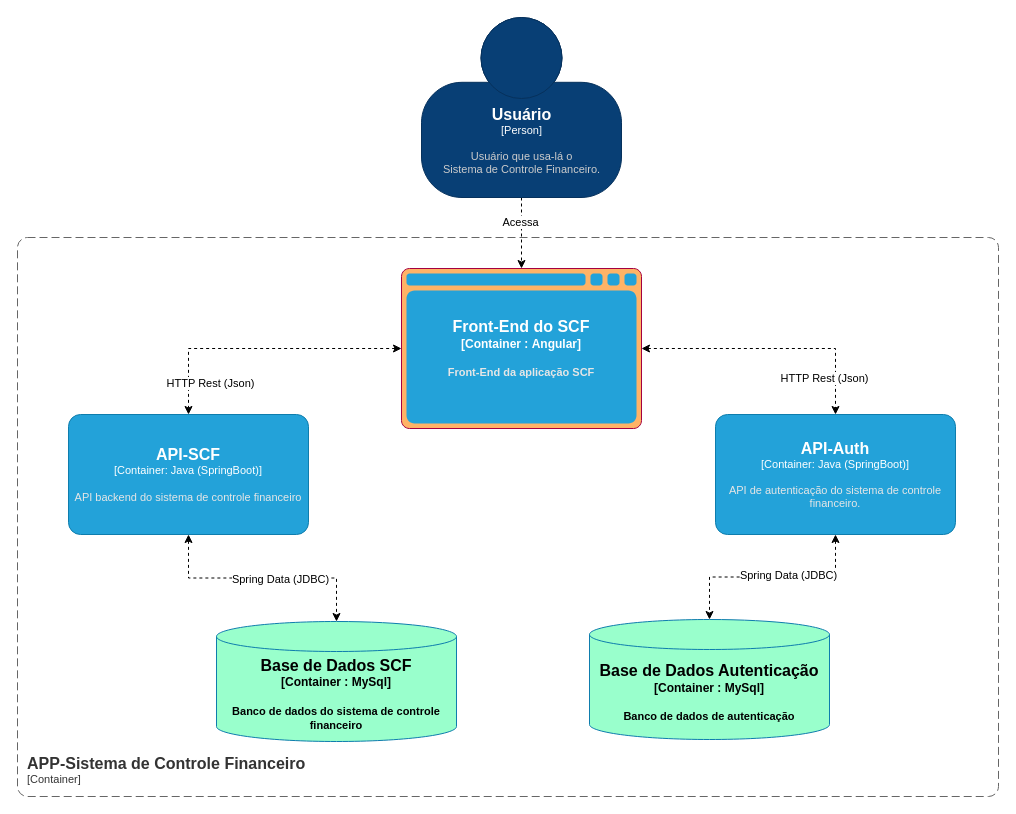
Earlier version of the draw.io diagram page "Diagrama de Conteiner" (2 of 2) of Arquitetura/Diagramas.drawio (henriquerdq/poc-sistemas-controle-financas). Source tidied: cells renumbered, new cells numbered last; positions are measured from the earlier drawing's top-left corner, leaving out a move shared by most shapes. Both pictures are drawn from the tidied source at 100%, with x=0, y=0 at pixel (17, 17).
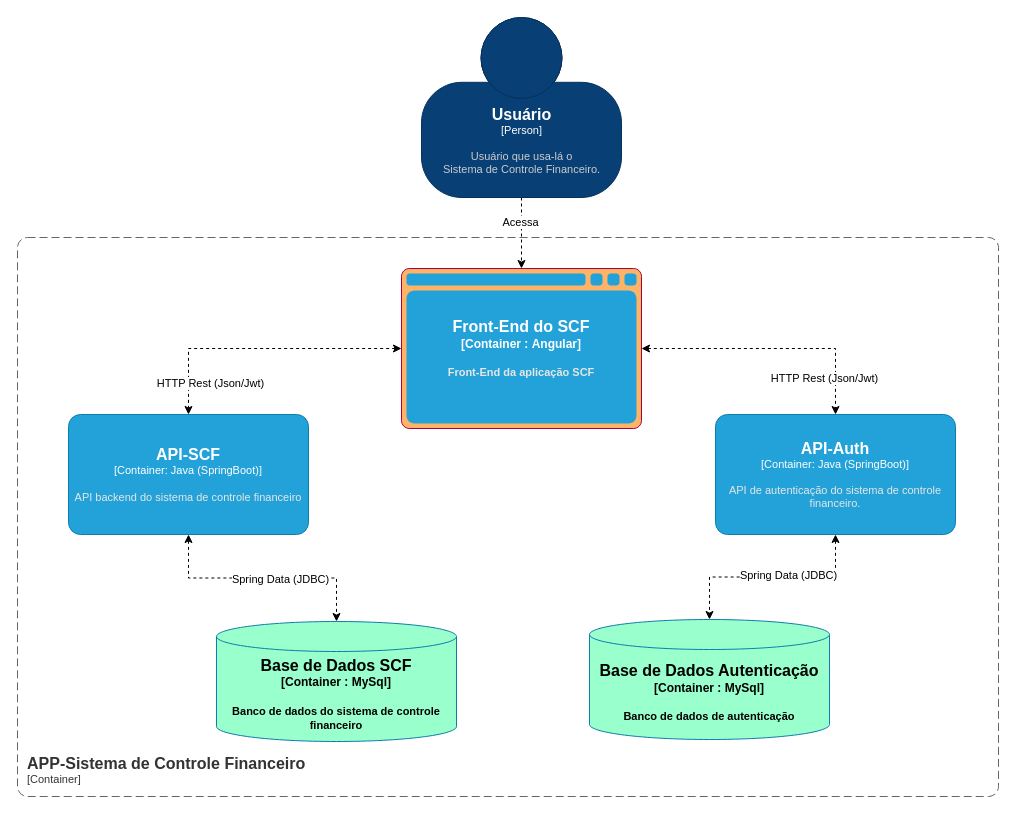
Above is the later version.

Unchanged cells that the change refers to:
```xml
<mxCell id="9" style="edgeStyle=orthogonalEdgeStyle;rounded=0;jettySize=auto;html=1;dashed=1;fontColor=#000000;startArrow=classic;startFill=1;exitX=0;exitY=0.5;exitDx=0;exitDy=0;exitPerimeter=0;" parent="1" edge="1" source="13" target="5">
  <mxGeometry relative="1" as="geometry">
    <Array as="points">
      <mxPoint x="171" y="331" />
    </Array>
  </mxGeometry>
</mxCell>
<mxCell id="11" style="edgeStyle=orthogonalEdgeStyle;rounded=0;jettySize=auto;html=1;dashed=1;fontColor=#000000;startArrow=classic;startFill=1;entryX=0.5;entryY=0;entryDx=0;entryDy=0;entryPerimeter=0;" parent="1" edge="1" source="13" target="16">
  <mxGeometry relative="1" as="geometry" />
</mxCell>
```

The edit, as a diff of the source:
```diff
@@
-    <mxCell id="10" value="HTTP Rest (Json)" style="edgeLabel;html=1;align=center;verticalAlign=middle;fontColor=#000000;" parent="9" vertex="1">
+    <mxCell id="10" value="HTTP Rest (Json/Jwt)" style="edgeLabel;html=1;align=center;verticalAlign=middle;fontColor=#000000;" parent="9" vertex="1">
       <mxGeometry x="-0.53" relative="1" as="geometry">
         <mxPoint x="-126" y="34" as="offset" />
       </mxGeometry>
     </mxCell>
@@
-    <mxCell id="12" value="HTTP Rest (Json)" style="edgeLabel;html=1;align=center;verticalAlign=middle;fontColor=#000000;" parent="11" vertex="1">
+    <mxCell id="12" value="HTTP Rest (Json/Jwt)" style="edgeLabel;html=1;align=center;verticalAlign=middle;fontColor=#000000;" parent="11" vertex="1">
       <mxGeometry x="0.32" y="-2" relative="1" as="geometry">
         <mxPoint x="10" y="27" as="offset" />
       </mxGeometry>
     </mxCell>
```
